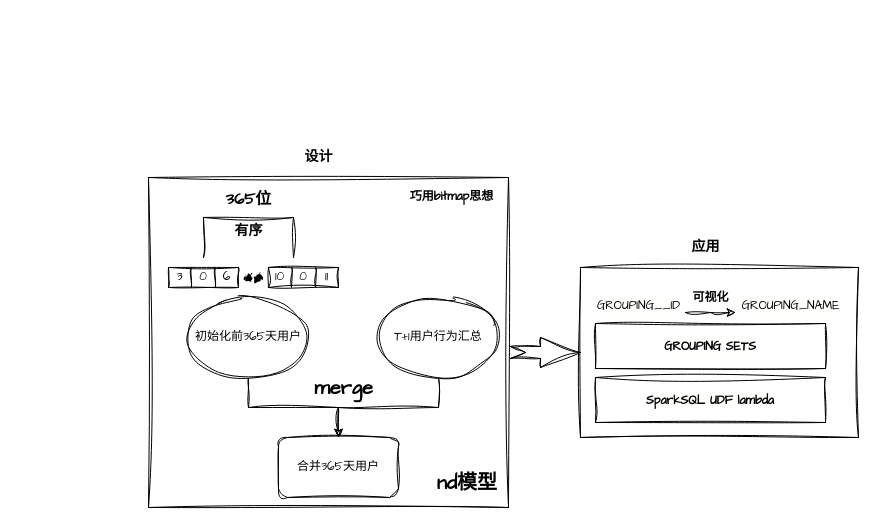
The draw.io diagram nd模型原理图.drawio in mineminemine123/work-wiki, before the edit. Source tidied: cells renumbered, new cells numbered last; positions are measured from the earlier drawing's top-left corner, leaving out a move shared by most shapes. Both pictures are drawn from the tidied source at 100%, with x=0, y=0 at pixel (148, 137).
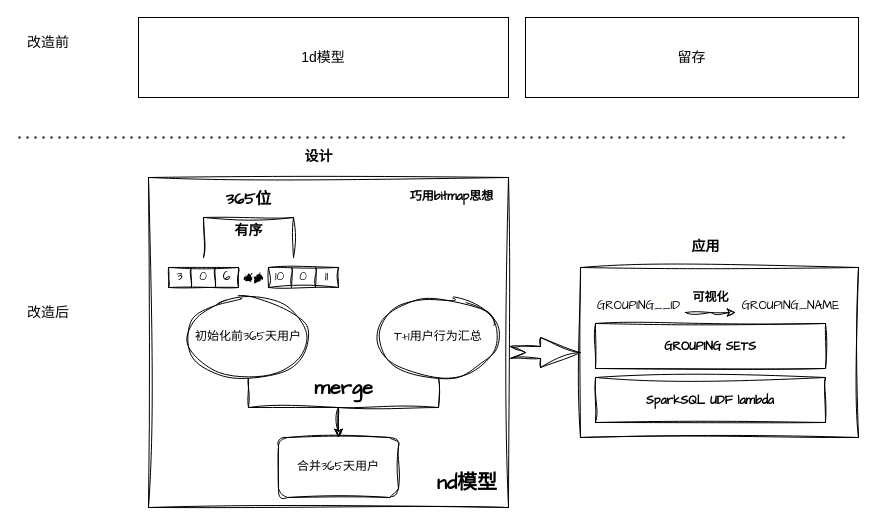
Above is the later version.

Commit message:
更新nd模型原理图.drawio

The edit, as a diff of the source:
```diff
@@
+    <mxCell id="37" style="endArrow=none;dashed=1;html=1;dashPattern=1 3;strokeWidth=2;rounded=0;" parent="1" edge="1">
+      <mxGeometry relative="1" as="geometry">
+        <mxPoint x="-130" as="sourcePoint" />
+        <mxPoint x="700" as="targetPoint" />
+      </mxGeometry>
+    </mxCell>
+    <mxCell id="38" value="&lt;font style=&quot;font-size: 14px;&quot;&gt;改造后&lt;/font&gt;" style="text;html=1;strokeColor=none;fillColor=none;align=center;verticalAlign=middle;whiteSpace=wrap;rounded=0;" parent="1" vertex="1">
+      <mxGeometry x="-130" y="160" width="60" height="30" as="geometry" />
+    </mxCell>
+    <mxCell id="39" value="&lt;font style=&quot;font-size: 14px;&quot;&gt;改造前&lt;/font&gt;" style="text;html=1;strokeColor=none;fillColor=none;align=center;verticalAlign=middle;whiteSpace=wrap;rounded=0;" parent="1" vertex="1">
+      <mxGeometry x="-130" y="-110" width="60" height="30" as="geometry" />
+    </mxCell>
+    <mxCell id="40" value="1d模型" style="rounded=0;whiteSpace=wrap;html=1;fontSize=14;" parent="1" vertex="1">
+      <mxGeometry x="-10" y="-120" width="370" height="80" as="geometry" />
+    </mxCell>
+    <mxCell id="41" value="留存" style="rounded=0;whiteSpace=wrap;html=1;fontSize=14;" parent="1" vertex="1">
+      <mxGeometry x="377" y="-120" width="333" height="80" as="geometry" />
+    </mxCell>
```
